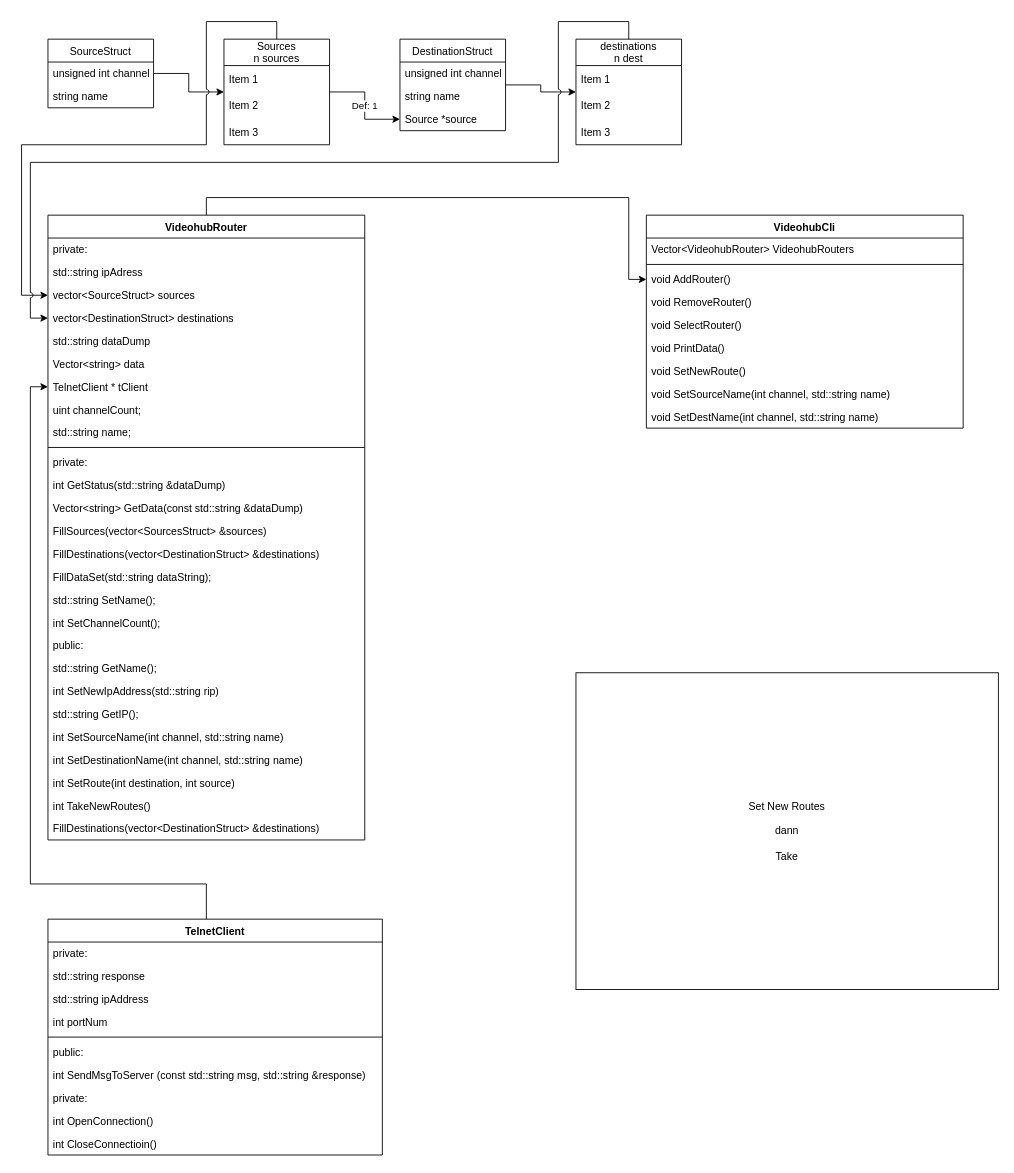
Earlier version of the draw.io diagram diagram/Videohub.drawio (thedmo/VideohubRouterCLI). Source tidied: cells renumbered, new cells numbered last; positions are measured from the earlier drawing's top-left corner, leaving out a move shared by most shapes. Both pictures are drawn from the tidied source at 88%, with x=0, y=0 at pixel (21, 21).
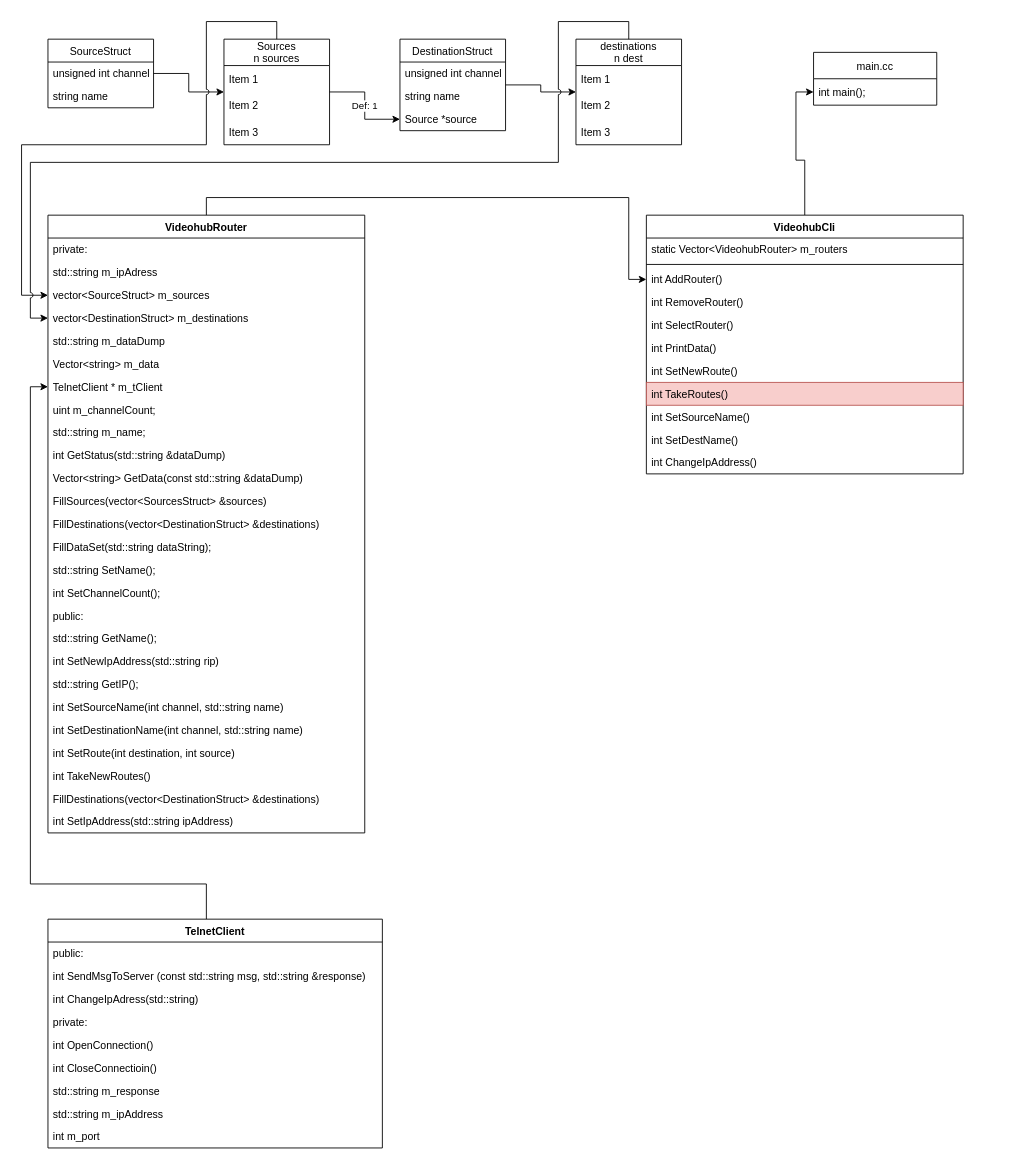
The same page after the edit.

The edit, as a diff of the source:
```diff
@@
     <mxCell id="21" value="VideohubRouter" style="swimlane;fontStyle=1;align=center;verticalAlign=top;horizontal=1;startSize=26;strokeColor=default;" parent="1" vertex="1">
-      <mxGeometry x="30" y="220" width="360" height="710" as="geometry" />
+      <mxGeometry x="30" y="220" width="360" height="702" as="geometry" />
     </mxCell>
@@
-    <mxCell id="23" value="std::string ipAdress" style="text;strokeColor=none;fillColor=none;align=left;verticalAlign=top;spacingLeft=4;spacingRight=4;overflow=hidden;" parent="21" vertex="1">
+    <mxCell id="23" value="std::string m_ipAdress" style="text;strokeColor=none;fillColor=none;align=left;verticalAlign=top;spacingLeft=4;spacingRight=4;overflow=hidden;" parent="21" vertex="1">
       <mxGeometry y="52" width="360" height="26" as="geometry" />
     </mxCell>
-    <mxCell id="24" value="vector&lt;SourceStruct&gt; sources" style="text;strokeColor=none;fillColor=none;align=left;verticalAlign=top;spacingLeft=4;spacingRight=4;overflow=hidden;points=[[0,0.5],[1,0.5]];portConstraint=eastwest;" parent="21" vertex="1">
+    <mxCell id="24" value="vector&lt;SourceStruct&gt; m_sources" style="text;strokeColor=none;fillColor=none;align=left;verticalAlign=top;spacingLeft=4;spacingRight=4;overflow=hidden;points=[[0,0.5],[1,0.5]];portConstraint=eastwest;" parent="21" vertex="1">
       <mxGeometry y="78" width="360" height="26" as="geometry" />
     </mxCell>
-    <mxCell id="25" value="vector&lt;DestinationStruct&gt; destinations" style="text;strokeColor=none;fillColor=none;align=left;verticalAlign=top;spacingLeft=4;spacingRight=4;overflow=hidden;points=[[0,0.5],[1,0.5]];portConstraint=eastwest;" parent="21" vertex="1">
+    <mxCell id="25" value="vector&lt;DestinationStruct&gt; m_destinations" style="text;strokeColor=none;fillColor=none;align=left;verticalAlign=top;spacingLeft=4;spacingRight=4;overflow=hidden;points=[[0,0.5],[1,0.5]];portConstraint=eastwest;" parent="21" vertex="1">
       <mxGeometry y="104" width="360" height="26" as="geometry" />
     </mxCell>
-    <mxCell id="26" value="std::string dataDump" style="text;strokeColor=none;fillColor=none;align=left;verticalAlign=top;spacingLeft=4;spacingRight=4;overflow=hidden;" parent="21" vertex="1">
+    <mxCell id="26" value="std::string m_dataDump" style="text;strokeColor=none;fillColor=none;align=left;verticalAlign=top;spacingLeft=4;spacingRight=4;overflow=hidden;" parent="21" vertex="1">
       <mxGeometry y="130" width="360" height="26" as="geometry" />
     </mxCell>
-    <mxCell id="27" value="Vector&lt;string&gt; data" style="text;strokeColor=none;fillColor=none;align=left;verticalAlign=top;spacingLeft=4;spacingRight=4;overflow=hidden;" parent="21" vertex="1">
+    <mxCell id="27" value="Vector&lt;string&gt; m_data" style="text;strokeColor=none;fillColor=none;align=left;verticalAlign=top;spacingLeft=4;spacingRight=4;overflow=hidden;" parent="21" vertex="1">
       <mxGeometry y="156" width="360" height="26" as="geometry" />
     </mxCell>
-    <mxCell id="28" value="TelnetClient * tClient" style="text;strokeColor=none;fillColor=none;align=left;verticalAlign=top;spacingLeft=4;spacingRight=4;overflow=hidden;points=[[0,0.5],[1,0.5]];portConstraint=eastwest;" parent="21" vertex="1">
+    <mxCell id="28" value="TelnetClient * m_tClient" style="text;strokeColor=none;fillColor=none;align=left;verticalAlign=top;spacingLeft=4;spacingRight=4;overflow=hidden;points=[[0,0.5],[1,0.5]];portConstraint=eastwest;" parent="21" vertex="1">
       <mxGeometry y="182" width="360" height="26" as="geometry" />
     </mxCell>
-    <mxCell id="29" value="uint channelCount;" style="text;strokeColor=none;fillColor=none;align=left;verticalAlign=top;spacingLeft=4;spacingRight=4;overflow=hidden;" parent="21" vertex="1">
+    <mxCell id="29" value="uint m_channelCount;" style="text;strokeColor=none;fillColor=none;align=left;verticalAlign=top;spacingLeft=4;spacingRight=4;overflow=hidden;" parent="21" vertex="1">
       <mxGeometry y="208" width="360" height="26" as="geometry" />
     </mxCell>
-    <mxCell id="30" value="std::string name;" style="text;strokeColor=none;fillColor=none;align=left;verticalAlign=top;spacingLeft=4;spacingRight=4;overflow=hidden;" parent="21" vertex="1">
+    <mxCell id="30" value="std::string m_name;" style="text;strokeColor=none;fillColor=none;align=left;verticalAlign=top;spacingLeft=4;spacingRight=4;overflow=hidden;" parent="21" vertex="1">
       <mxGeometry y="234" width="360" height="26" as="geometry" />
     </mxCell>
-    <mxCell id="31" style="line;strokeWidth=1;fillColor=none;align=left;verticalAlign=middle;spacingTop=-1;spacingLeft=3;spacingRight=3;labelPosition=right;comic=0;enumerate=0;fixDash=0;direction=east;" parent="21" vertex="1">
-      <mxGeometry y="260" width="360" height="8" as="geometry" />
-    </mxCell>
-    <mxCell id="32" value="private:" style="text;strokeColor=none;fillColor=none;align=left;verticalAlign=top;spacingLeft=4;spacingRight=4;overflow=hidden;" parent="21" vertex="1">
-      <mxGeometry y="268" width="360" height="26" as="geometry" />
-    </mxCell>
     <mxCell id="33" value="int GetStatus(std::string &amp;dataDump)" style="text;strokeColor=none;fillColor=none;align=left;verticalAlign=top;spacingLeft=4;spacingRight=4;overflow=hidden;" parent="21" vertex="1">
-      <mxGeometry y="294" width="360" height="26" as="geometry" />
+      <mxGeometry y="260" width="360" height="26" as="geometry" />
     </mxCell>
     <mxCell id="34" value="Vector&lt;string&gt; GetData(const std::string &amp;dataDump)" style="text;strokeColor=none;fillColor=none;align=left;verticalAlign=top;spacingLeft=4;spacingRight=4;overflow=hidden;" parent="21" vertex="1">
-      <mxGeometry y="320" width="360" height="26" as="geometry" />
+      <mxGeometry y="286" width="360" height="26" as="geometry" />
     </mxCell>
     <mxCell id="35" value="FillSources(vector&lt;SourcesStruct&gt; &amp;sources)" style="text;strokeColor=none;fillColor=none;align=left;verticalAlign=top;spacingLeft=4;spacingRight=4;overflow=hidden;" parent="21" vertex="1">
-      <mxGeometry y="346" width="360" height="26" as="geometry" />
+      <mxGeometry y="312" width="360" height="26" as="geometry" />
     </mxCell>
     <mxCell id="36" value="FillDestinations(vector&lt;DestinationStruct&gt; &amp;destinations)" style="text;strokeColor=none;fillColor=none;align=left;verticalAlign=top;spacingLeft=4;spacingRight=4;overflow=hidden;" parent="21" vertex="1">
-      <mxGeometry y="372" width="360" height="26" as="geometry" />
+      <mxGeometry y="338" width="360" height="26" as="geometry" />
     </mxCell>
     <mxCell id="37" value="FillDataSet(std::string dataString);" style="text;strokeColor=none;fillColor=none;align=left;verticalAlign=top;spacingLeft=4;spacingRight=4;overflow=hidden;" parent="21" vertex="1">
-      <mxGeometry y="398" width="360" height="26" as="geometry" />
+      <mxGeometry y="364" width="360" height="26" as="geometry" />
     </mxCell>
     <mxCell id="38" value="std::string SetName();" style="text;strokeColor=none;fillColor=none;align=left;verticalAlign=top;spacingLeft=4;spacingRight=4;overflow=hidden;" parent="21" vertex="1">
-      <mxGeometry y="424" width="360" height="26" as="geometry" />
+      <mxGeometry y="390" width="360" height="26" as="geometry" />
     </mxCell>
     <mxCell id="39" value="int SetChannelCount();" style="text;strokeColor=none;fillColor=none;align=left;verticalAlign=top;spacingLeft=4;spacingRight=4;overflow=hidden;" parent="21" vertex="1">
-      <mxGeometry y="450" width="360" height="26" as="geometry" />
+      <mxGeometry y="416" width="360" height="26" as="geometry" />
     </mxCell>
     <mxCell id="40" value="public:" style="text;strokeColor=none;fillColor=none;align=left;verticalAlign=top;spacingLeft=4;spacingRight=4;overflow=hidden;" parent="21" vertex="1">
-      <mxGeometry y="476" width="360" height="26" as="geometry" />
+      <mxGeometry y="442" width="360" height="26" as="geometry" />
     </mxCell>
     <mxCell id="41" value="std::string GetName();" style="text;strokeColor=none;fillColor=none;align=left;verticalAlign=top;spacingLeft=4;spacingRight=4;overflow=hidden;" parent="21" vertex="1">
-      <mxGeometry y="502" width="360" height="26" as="geometry" />
+      <mxGeometry y="468" width="360" height="26" as="geometry" />
     </mxCell>
     <mxCell id="42" value="int SetNewIpAddress(std::string rip)" style="text;strokeColor=none;fillColor=none;align=left;verticalAlign=top;spacingLeft=4;spacingRight=4;overflow=hidden;" parent="21" vertex="1">
-      <mxGeometry y="528" width="360" height="26" as="geometry" />
+      <mxGeometry y="494" width="360" height="26" as="geometry" />
     </mxCell>
     <mxCell id="43" value="std::string GetIP();" style="text;strokeColor=none;fillColor=none;align=left;verticalAlign=top;spacingLeft=4;spacingRight=4;overflow=hidden;" parent="21" vertex="1">
-      <mxGeometry y="554" width="360" height="26" as="geometry" />
+      <mxGeometry y="520" width="360" height="26" as="geometry" />
     </mxCell>
     <mxCell id="44" value="int SetSourceName(int channel, std::string name)" style="text;strokeColor=none;fillColor=none;align=left;verticalAlign=top;spacingLeft=4;spacingRight=4;overflow=hidden;" parent="21" vertex="1">
-      <mxGeometry y="580" width="360" height="26" as="geometry" />
+      <mxGeometry y="546" width="360" height="26" as="geometry" />
     </mxCell>
     <mxCell id="45" value="int SetDestinationName(int channel, std::string name)" style="text;strokeColor=none;fillColor=none;align=left;verticalAlign=top;spacingLeft=4;spacingRight=4;overflow=hidden;" parent="21" vertex="1">
-      <mxGeometry y="606" width="360" height="26" as="geometry" />
+      <mxGeometry y="572" width="360" height="26" as="geometry" />
     </mxCell>
     <mxCell id="46" value="int SetRoute(int destination, int source)" style="text;strokeColor=none;fillColor=none;align=left;verticalAlign=top;spacingLeft=4;spacingRight=4;overflow=hidden;" parent="21" vertex="1">
-      <mxGeometry y="632" width="360" height="26" as="geometry" />
+      <mxGeometry y="598" width="360" height="26" as="geometry" />
     </mxCell>
     <mxCell id="47" value="int TakeNewRoutes()" style="text;strokeColor=none;fillColor=none;align=left;verticalAlign=top;spacingLeft=4;spacingRight=4;overflow=hidden;" parent="21" vertex="1">
-      <mxGeometry y="658" width="360" height="26" as="geometry" />
+      <mxGeometry y="624" width="360" height="26" as="geometry" />
     </mxCell>
     <mxCell id="48" value="FillDestinations(vector&lt;DestinationStruct&gt; &amp;destinations)" style="text;strokeColor=none;fillColor=none;align=left;verticalAlign=top;spacingLeft=4;spacingRight=4;overflow=hidden;" parent="21" vertex="1">
-      <mxGeometry y="684" width="360" height="26" as="geometry" />
+      <mxGeometry y="650" width="360" height="26" as="geometry" />
     </mxCell>
+    <mxCell id="74" value="int SetIpAddress(std::string ipAddress)" style="text;strokeColor=none;fillColor=none;align=left;verticalAlign=top;spacingLeft=4;spacingRight=4;overflow=hidden;" parent="21" vertex="1">
+      <mxGeometry y="676" width="360" height="26" as="geometry" />
+    </mxCell>
@@
+    <mxCell id="75" style="edgeStyle=orthogonalEdgeStyle;rounded=0;jettySize=auto;html=1;" parent="1" edge="1" source="51" target="80">
+      <mxGeometry relative="1" as="geometry" />
+    </mxCell>
     <mxCell id="51" value="VideohubCli" style="swimlane;fontStyle=1;align=center;verticalAlign=top;horizontal=1;startSize=26;" parent="1" vertex="1">
-      <mxGeometry x="710" y="220" width="360" height="242" as="geometry" />
+      <mxGeometry x="710" y="220" width="360" height="294" as="geometry" />
     </mxCell>
-    <mxCell id="52" value="Vector&lt;VideohubRouter&gt; VideohubRouters" style="text;strokeColor=none;fillColor=none;align=left;verticalAlign=top;spacingLeft=4;spacingRight=4;overflow=hidden;" parent="51" vertex="1">
+    <mxCell id="52" value="static Vector&lt;VideohubRouter&gt; m_routers" style="text;strokeColor=none;fillColor=none;align=left;verticalAlign=top;spacingLeft=4;spacingRight=4;overflow=hidden;" parent="51" vertex="1">
       <mxGeometry y="26" width="360" height="26" as="geometry" />
     </mxCell>
@@
-    <mxCell id="54" value="void AddRouter()" style="text;strokeColor=none;fillColor=none;align=left;verticalAlign=top;spacingLeft=4;spacingRight=4;overflow=hidden;points=[[0,0.5],[1,0.5]];portConstraint=eastwest;" parent="51" vertex="1">
+    <mxCell id="54" value="int AddRouter()" style="text;strokeColor=none;fillColor=none;align=left;verticalAlign=top;spacingLeft=4;spacingRight=4;overflow=hidden;points=[[0,0.5],[1,0.5]];portConstraint=eastwest;" parent="51" vertex="1">
       <mxGeometry y="60" width="360" height="26" as="geometry" />
     </mxCell>
-    <mxCell id="55" value="void RemoveRouter()" style="text;strokeColor=none;fillColor=none;align=left;verticalAlign=top;spacingLeft=4;spacingRight=4;overflow=hidden;" parent="51" vertex="1">
+    <mxCell id="55" value="int RemoveRouter()" style="text;strokeColor=none;fillColor=none;align=left;verticalAlign=top;spacingLeft=4;spacingRight=4;overflow=hidden;" parent="51" vertex="1">
       <mxGeometry y="86" width="360" height="26" as="geometry" />
     </mxCell>
-    <mxCell id="56" value="void SelectRouter()" style="text;strokeColor=none;fillColor=none;align=left;verticalAlign=top;spacingLeft=4;spacingRight=4;overflow=hidden;" parent="51" vertex="1">
+    <mxCell id="56" value="int SelectRouter()" style="text;strokeColor=none;fillColor=none;align=left;verticalAlign=top;spacingLeft=4;spacingRight=4;overflow=hidden;" parent="51" vertex="1">
       <mxGeometry y="112" width="360" height="26" as="geometry" />
     </mxCell>
-    <mxCell id="57" value="void PrintData()" style="text;strokeColor=none;fillColor=none;align=left;verticalAlign=top;spacingLeft=4;spacingRight=4;overflow=hidden;" parent="51" vertex="1">
+    <mxCell id="57" value="int PrintData()" style="text;strokeColor=none;fillColor=none;align=left;verticalAlign=top;spacingLeft=4;spacingRight=4;overflow=hidden;" parent="51" vertex="1">
       <mxGeometry y="138" width="360" height="26" as="geometry" />
     </mxCell>
-    <mxCell id="58" value="void SetNewRoute()" style="text;strokeColor=none;fillColor=none;align=left;verticalAlign=top;spacingLeft=4;spacingRight=4;overflow=hidden;" parent="51" vertex="1">
+    <mxCell id="58" value="int SetNewRoute()" style="text;strokeColor=none;fillColor=none;align=left;verticalAlign=top;spacingLeft=4;spacingRight=4;overflow=hidden;" parent="51" vertex="1">
       <mxGeometry y="164" width="360" height="26" as="geometry" />
     </mxCell>
+    <mxCell id="76" value="int TakeRoutes()" style="text;strokeColor=#b85450;fillColor=#f8cecc;align=left;verticalAlign=top;spacingLeft=4;spacingRight=4;overflow=hidden;" parent="51" vertex="1">
+      <mxGeometry y="190" width="360" height="26" as="geometry" />
+    </mxCell>
-    <mxCell id="59" value="void SetSourceName(int channel, std::string name)" style="text;strokeColor=none;fillColor=none;align=left;verticalAlign=top;spacingLeft=4;spacingRight=4;overflow=hidden;" parent="51" vertex="1">
-      <mxGeometry y="190" width="360" height="26" as="geometry" />
+    <mxCell id="59" value="int SetSourceName()" style="text;strokeColor=none;fillColor=none;align=left;verticalAlign=top;spacingLeft=4;spacingRight=4;overflow=hidden;" parent="51" vertex="1">
+      <mxGeometry y="216" width="360" height="26" as="geometry" />
     </mxCell>
-    <mxCell id="60" value="void SetDestName(int channel, std::string name)" style="text;strokeColor=none;fillColor=none;align=left;verticalAlign=top;spacingLeft=4;spacingRight=4;overflow=hidden;" parent="51" vertex="1">
-      <mxGeometry y="216" width="360" height="26" as="geometry" />
+    <mxCell id="60" value="int SetDestName()" style="text;strokeColor=none;fillColor=none;align=left;verticalAlign=top;spacingLeft=4;spacingRight=4;overflow=hidden;" parent="51" vertex="1">
+      <mxGeometry y="242" width="360" height="26" as="geometry" />
     </mxCell>
+    <mxCell id="77" value="int ChangeIpAddress()" style="text;strokeColor=none;fillColor=none;align=left;verticalAlign=top;spacingLeft=4;spacingRight=4;overflow=hidden;" parent="51" vertex="1">
+      <mxGeometry y="268" width="360" height="26" as="geometry" />
+    </mxCell>
@@
     <mxCell id="62" value="TelnetClient" style="swimlane;fontStyle=1;align=center;verticalAlign=top;horizontal=1;startSize=26;" parent="1" vertex="1">
-      <mxGeometry x="30" y="1020" width="380" height="268" as="geometry" />
+      <mxGeometry x="30" y="1020" width="380" height="260" as="geometry" />
     </mxCell>
-    <mxCell id="63" value="private:" style="text;strokeColor=none;fillColor=none;align=left;verticalAlign=top;spacingLeft=4;spacingRight=4;overflow=hidden;" parent="62" vertex="1">
-      <mxGeometry y="26" width="380" height="26" as="geometry" />
-    </mxCell>
+    <mxCell id="68" value="public:" style="text;strokeColor=none;fillColor=none;align=left;verticalAlign=top;spacingLeft=4;spacingRight=4;overflow=hidden;" parent="62" vertex="1">
+      <mxGeometry y="26" width="380" height="26" as="geometry" />
+    </mxCell>
+    <mxCell id="69" value="int SendMsgToServer (const std::string msg, std::string &amp;response)" style="text;strokeColor=none;fillColor=none;align=left;verticalAlign=top;spacingLeft=4;spacingRight=4;overflow=hidden;" parent="62" vertex="1">
+      <mxGeometry y="52" width="380" height="26" as="geometry" />
+    </mxCell>
+    <mxCell id="78" value="int ChangeIpAdress(std::string)" style="text;strokeColor=none;fillColor=none;align=left;verticalAlign=top;spacingLeft=4;spacingRight=4;overflow=hidden;" parent="62" vertex="1">
+      <mxGeometry y="78" width="380" height="26" as="geometry" />
+    </mxCell>
+    <mxCell id="70" value="private:" style="text;strokeColor=none;fillColor=none;align=left;verticalAlign=top;spacingLeft=4;spacingRight=4;overflow=hidden;" parent="62" vertex="1">
+      <mxGeometry y="104" width="380" height="26" as="geometry" />
+    </mxCell>
+    <mxCell id="71" value="int OpenConnection()" style="text;strokeColor=none;fillColor=none;align=left;verticalAlign=top;spacingLeft=4;spacingRight=4;overflow=hidden;" parent="62" vertex="1">
+      <mxGeometry y="130" width="380" height="26" as="geometry" />
+    </mxCell>
+    <mxCell id="72" value="int CloseConnectioin()" style="text;strokeColor=none;fillColor=none;align=left;verticalAlign=top;spacingLeft=4;spacingRight=4;overflow=hidden;" parent="62" vertex="1">
+      <mxGeometry y="156" width="380" height="26" as="geometry" />
+    </mxCell>
-    <mxCell id="64" value="std::string response" style="text;strokeColor=none;fillColor=none;align=left;verticalAlign=top;spacingLeft=4;spacingRight=4;overflow=hidden;" parent="62" vertex="1">
-      <mxGeometry y="52" width="380" height="26" as="geometry" />
+    <mxCell id="64" value="std::string m_response" style="text;strokeColor=none;fillColor=none;align=left;verticalAlign=top;spacingLeft=4;spacingRight=4;overflow=hidden;" parent="62" vertex="1">
+      <mxGeometry y="182" width="380" height="26" as="geometry" />
     </mxCell>
-    <mxCell id="65" value="std::string ipAddress" style="text;strokeColor=none;fillColor=none;align=left;verticalAlign=top;spacingLeft=4;spacingRight=4;overflow=hidden;" parent="62" vertex="1">
-      <mxGeometry y="78" width="380" height="26" as="geometry" />
+    <mxCell id="65" value="std::string m_ipAddress" style="text;strokeColor=none;fillColor=none;align=left;verticalAlign=top;spacingLeft=4;spacingRight=4;overflow=hidden;" parent="62" vertex="1">
+      <mxGeometry y="208" width="380" height="26" as="geometry" />
     </mxCell>
-    <mxCell id="66" value="int portNum" style="text;strokeColor=none;fillColor=none;align=left;verticalAlign=top;spacingLeft=4;spacingRight=4;overflow=hidden;" parent="62" vertex="1">
-      <mxGeometry y="104" width="380" height="26" as="geometry" />
+    <mxCell id="66" value="int m_port" style="text;strokeColor=none;fillColor=none;align=left;verticalAlign=top;spacingLeft=4;spacingRight=4;overflow=hidden;" parent="62" vertex="1">
+      <mxGeometry y="234" width="380" height="26" as="geometry" />
     </mxCell>
-    <mxCell id="67" style="line;strokeWidth=1;fillColor=none;align=left;verticalAlign=middle;spacingTop=-1;spacingLeft=3;spacingRight=3;labelPosition=right;" parent="62" vertex="1">
-      <mxGeometry y="130" width="380" height="8" as="geometry" />
-    </mxCell>
-    <mxCell id="68" value="public:" style="text;strokeColor=none;fillColor=none;align=left;verticalAlign=top;spacingLeft=4;spacingRight=4;overflow=hidden;" parent="62" vertex="1">
-      <mxGeometry y="138" width="380" height="26" as="geometry" />
-    </mxCell>
-    <mxCell id="69" value="int SendMsgToServer (const std::string msg, std::string &amp;response)" style="text;strokeColor=none;fillColor=none;align=left;verticalAlign=top;spacingLeft=4;spacingRight=4;overflow=hidden;" parent="62" vertex="1">
-      <mxGeometry y="164" width="380" height="26" as="geometry" />
-    </mxCell>
-    <mxCell id="70" value="private:" style="text;strokeColor=none;fillColor=none;align=left;verticalAlign=top;spacingLeft=4;spacingRight=4;overflow=hidden;" parent="62" vertex="1">
-      <mxGeometry y="190" width="380" height="26" as="geometry" />
-    </mxCell>
-    <mxCell id="71" value="int OpenConnection()" style="text;strokeColor=none;fillColor=none;align=left;verticalAlign=top;spacingLeft=4;spacingRight=4;overflow=hidden;" parent="62" vertex="1">
-      <mxGeometry y="216" width="380" height="26" as="geometry" />
-    </mxCell>
-    <mxCell id="72" value="int CloseConnectioin()" style="text;strokeColor=none;fillColor=none;align=left;verticalAlign=top;spacingLeft=4;spacingRight=4;overflow=hidden;" parent="62" vertex="1">
-      <mxGeometry y="242" width="380" height="26" as="geometry" />
-    </mxCell>
-    <mxCell id="73" value="Set New Routes&lt;br&gt;&lt;br&gt;dann&lt;br&gt;&lt;br&gt;Take" style="rounded=0;whiteSpace=wrap;html=1;" parent="1" vertex="1">
-      <mxGeometry x="630" y="740" width="480" height="360" as="geometry" />
-    </mxCell>
+    <mxCell id="79" value="main.cc" style="swimlane;fontStyle=0;horizontal=1;startSize=30;" parent="1" vertex="1">
+      <mxGeometry x="900" y="35" width="140" height="60" as="geometry" />
+    </mxCell>
+    <mxCell id="80" value="int main();" style="text;strokeColor=none;fillColor=none;align=left;verticalAlign=middle;spacingLeft=4;spacingRight=4;overflow=hidden;points=[[0,0.5],[1,0.5]];portConstraint=eastwest;" parent="79" vertex="1">
+      <mxGeometry y="30" width="140" height="30" as="geometry" />
+    </mxCell>
```
